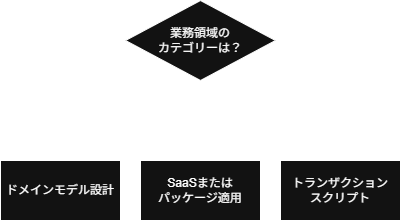
Earlier version of the draw.io export documents/contents/images/app-architecture/overview/application-architecture-selection-flow-dark.png (AlesInfiny/maris). Source tidied: cells renumbered, new cells last; positions are measured from the earlier drawing's top-left corner, leaving out a move shared by most shapes. Source of this version:
```xml
<mxGraphModel>
  <root>
    <mxCell id="0" />
    <mxCell id="1" parent="0" />
    <mxCell id="2" style="edgeStyle=none;html=1;entryX=0.5;entryY=0;entryDx=0;entryDy=0;" parent="1" edge="1" source="5" target="7">
      <mxGeometry relative="1" as="geometry" />
    </mxCell>
    <mxCell id="3" style="edgeStyle=none;html=1;entryX=0.5;entryY=0;entryDx=0;entryDy=0;" parent="1" edge="1" source="5" target="6">
      <mxGeometry relative="1" as="geometry" />
    </mxCell>
    <mxCell id="4" style="edgeStyle=none;html=1;entryX=0.5;entryY=0;entryDx=0;entryDy=0;" parent="1" edge="1" source="5" target="8">
      <mxGeometry relative="1" as="geometry" />
    </mxCell>
    <mxCell id="5" value="業務領域の&lt;br&gt;カテゴリーは？" style="rhombus;whiteSpace=wrap;html=1;" parent="1" vertex="1">
      <mxGeometry x="125" width="150" height="80" as="geometry" />
    </mxCell>
    <mxCell id="6" value="ドメインモデル設計" style="rounded=0;whiteSpace=wrap;html=1;" parent="1" vertex="1">
      <mxGeometry y="160" width="120" height="60" as="geometry" />
    </mxCell>
    <mxCell id="7" value="SaaSまたは&lt;br&gt;パッケージ適用" style="rounded=0;whiteSpace=wrap;html=1;" parent="1" vertex="1">
      <mxGeometry x="140" y="160" width="120" height="60" as="geometry" />
    </mxCell>
    <mxCell id="8" value="トランザクション&lt;br&gt;スクリプト" style="rounded=0;whiteSpace=wrap;html=1;" parent="1" vertex="1">
      <mxGeometry x="280" y="160" width="120" height="60" as="geometry" />
    </mxCell>
  </root>
</mxGraphModel>
```
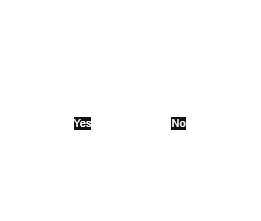
Later version of the same file.

Change to the diagram source:
```diff
@@ -2,26 +2,26 @@
   <root>
     <mxCell id="0" />
     <mxCell id="1" parent="0" />
-    <mxCell id="2" style="edgeStyle=none;html=1;entryX=0.5;entryY=0;entryDx=0;entryDy=0;" parent="1" edge="1" source="5" target="7">
-      <mxGeometry relative="1" as="geometry" />
-    </mxCell>
-    <mxCell id="3" style="edgeStyle=none;html=1;entryX=0.5;entryY=0;entryDx=0;entryDy=0;" parent="1" edge="1" source="5" target="6">
-      <mxGeometry relative="1" as="geometry" />
-    </mxCell>
-    <mxCell id="4" style="edgeStyle=none;html=1;entryX=0.5;entryY=0;entryDx=0;entryDy=0;" parent="1" edge="1" source="5" target="8">
-      <mxGeometry relative="1" as="geometry" />
-    </mxCell>
-    <mxCell id="5" value="業務領域の&lt;br&gt;カテゴリーは？" style="rhombus;whiteSpace=wrap;html=1;" parent="1" vertex="1">
-      <mxGeometry x="125" width="150" height="80" as="geometry" />
-    </mxCell>
+    <mxCell id="9" style="edgeStyle=none;html=1;entryX=0.5;entryY=0;entryDx=0;entryDy=0;strokeColor=#FFFFFF;" parent="1" edge="1" source="13" target="6">
+      <mxGeometry relative="1" as="geometry" />
+    </mxCell>
+    <mxCell id="10" value="&lt;font style=&quot;color: rgb(255, 255, 255);&quot;&gt;Yes&lt;/font&gt;" style="edgeLabel;html=1;align=center;verticalAlign=middle;" parent="9" vertex="1">
+      <mxGeometry x="0.16" relative="1" as="geometry" />
+    </mxCell>
+    <mxCell id="11" style="edgeStyle=none;html=1;entryX=0.5;entryY=0;entryDx=0;entryDy=0;strokeColor=#FFFFFF;" parent="1" edge="1" source="13" target="8">
+      <mxGeometry relative="1" as="geometry" />
+    </mxCell>
+    <mxCell id="12" value="&lt;font style=&quot;color: rgb(255, 255, 255);&quot;&gt;No&lt;/font&gt;" style="edgeLabel;html=1;align=center;verticalAlign=middle;" parent="11" vertex="1">
+      <mxGeometry x="0.16" relative="1" as="geometry" />
+    </mxCell>
+    <mxCell id="13" value="&lt;font style=&quot;color: rgb(255, 255, 255);&quot;&gt;中核の業務領域か？&lt;/font&gt;" style="rhombus;whiteSpace=wrap;html=1;fillColor=none;strokeColor=#FFFFFF;" parent="1" vertex="1">
+      <mxGeometry x="65" y="10" width="150" height="80" as="geometry" />
+    </mxCell>
-    <mxCell id="6" value="ドメインモデル設計" style="rounded=0;whiteSpace=wrap;html=1;" parent="1" vertex="1">
-      <mxGeometry y="160" width="120" height="60" as="geometry" />
+    <mxCell id="6" value="&lt;font style=&quot;color: rgb(255, 255, 255);&quot;&gt;ドメインモデル設計&lt;/font&gt;" style="rounded=0;whiteSpace=wrap;html=1;fillColor=none;strokeColor=#FFFFFF;" parent="1" vertex="1">
+      <mxGeometry x="10" y="170" width="120" height="60" as="geometry" />
     </mxCell>
-    <mxCell id="7" value="SaaSまたは&lt;br&gt;パッケージ適用" style="rounded=0;whiteSpace=wrap;html=1;" parent="1" vertex="1">
-      <mxGeometry x="140" y="160" width="120" height="60" as="geometry" />
-    </mxCell>
-    <mxCell id="8" value="トランザクション&lt;br&gt;スクリプト" style="rounded=0;whiteSpace=wrap;html=1;" parent="1" vertex="1">
-      <mxGeometry x="280" y="160" width="120" height="60" as="geometry" />
+    <mxCell id="8" value="&lt;font style=&quot;color: rgb(255, 255, 255);&quot;&gt;トランザクション&lt;br&gt;スクリプト&lt;/font&gt;" style="rounded=0;whiteSpace=wrap;html=1;fillColor=none;strokeColor=#FFFFFF;" parent="1" vertex="1">
+      <mxGeometry x="150" y="170" width="120" height="60" as="geometry" />
     </mxCell>
   </root>
 </mxGraphModel>
```
